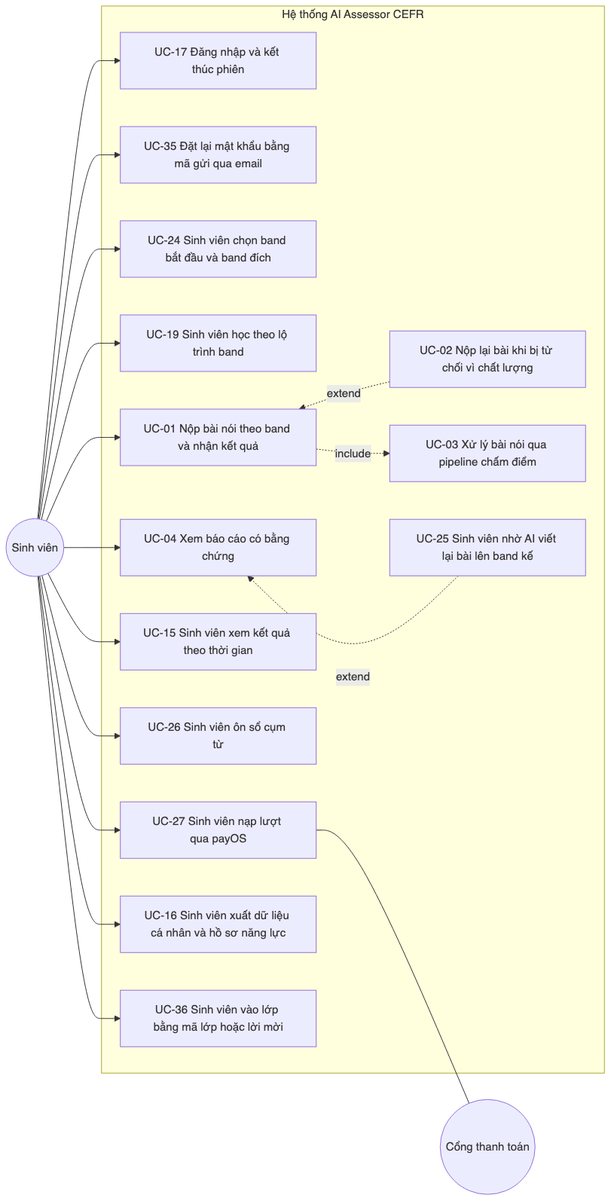
Above: docs/sdd/images/01a_usecase_sinhvien.png in ThanhSangLouis/ai-assessor-cefr (Mermaid), before the change. Its source is kept beside it as docs/sdd/diagrams/01a_usecase_sinhvien.mmd.
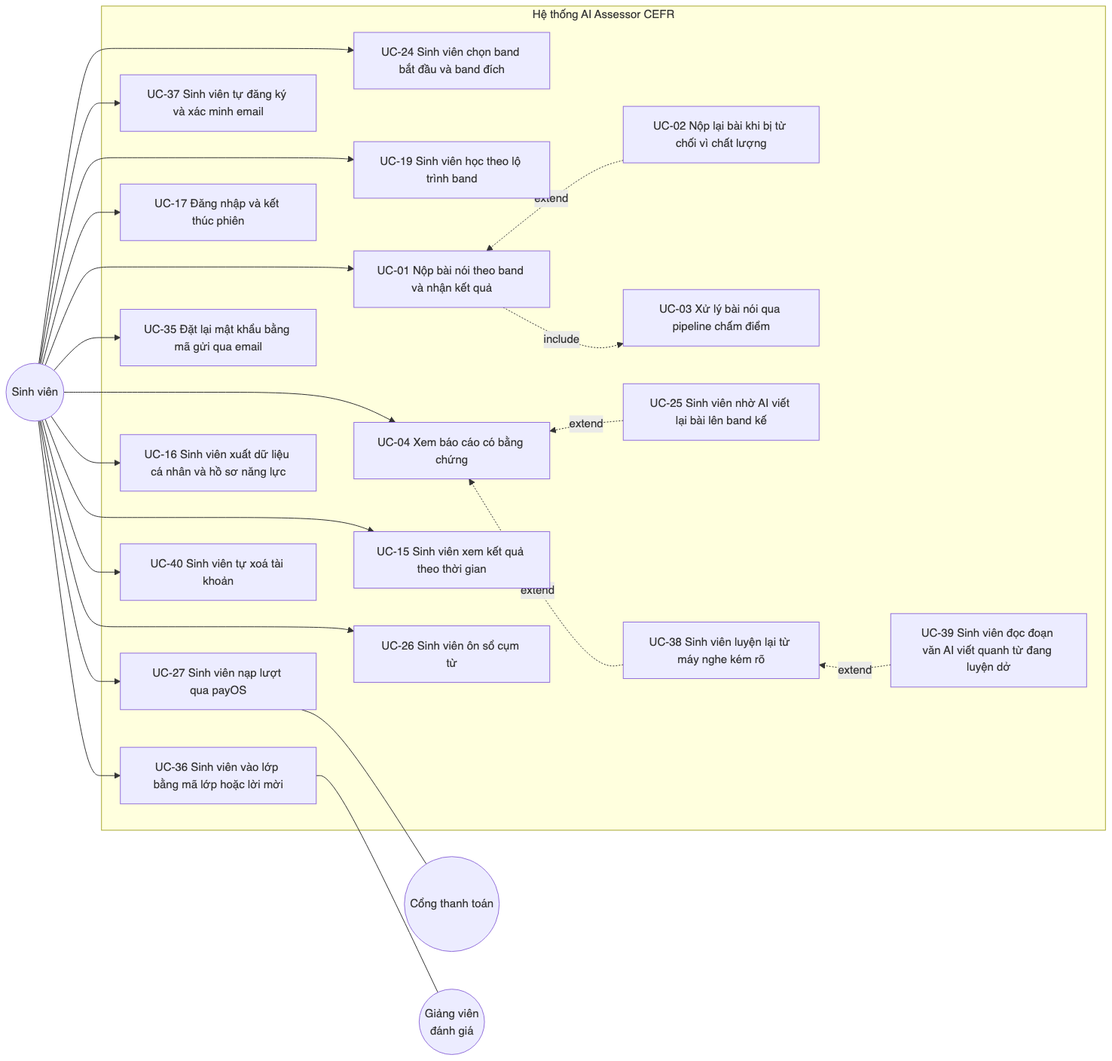
The same diagram one commit later.

Change to the diagram source:
```diff
@@ -1,27 +1,35 @@
 flowchart LR
     SV(("Sinh viên"))
     CTT(("Cổng thanh toán"))
+    GV(("Giảng viên<br/>đánh giá"))
 
     subgraph SYS["Hệ thống AI Assessor CEFR"]
         direction TB
+        UC37["UC-37 Sinh viên tự đăng ký và xác minh email"]
         UC17["UC-17 Đăng nhập và kết thúc phiên"]
         UC35["UC-35 Đặt lại mật khẩu bằng mã gửi qua email"]
+        UC16["UC-16 Sinh viên xuất dữ liệu cá nhân và hồ sơ năng lực"]
+        UC40["UC-40 Sinh viên tự xoá tài khoản"]
+        UC27["UC-27 Sinh viên nạp lượt qua payOS"]
+        UC36["UC-36 Sinh viên vào lớp bằng mã lớp hoặc lời mời"]
         UC24["UC-24 Sinh viên chọn band bắt đầu và band đích"]
         UC19["UC-19 Sinh viên học theo lộ trình band"]
         UC01["UC-01 Nộp bài nói theo band và nhận kết quả"]
+        UC04["UC-04 Xem báo cáo có bằng chứng"]
+        UC15["UC-15 Sinh viên xem kết quả theo thời gian"]
+        UC26["UC-26 Sinh viên ôn sổ cụm từ"]
         UC02["UC-02 Nộp lại bài khi bị từ chối vì chất lượng"]
         UC03["UC-03 Xử lý bài nói qua pipeline chấm điểm"]
-        UC04["UC-04 Xem báo cáo có bằng chứng"]
         UC25["UC-25 Sinh viên nhờ AI viết lại bài lên band kế"]
-        UC15["UC-15 Sinh viên xem kết quả theo thời gian"]
-        UC26["UC-26 Sinh viên ôn sổ cụm từ"]
-        UC27["UC-27 Sinh viên nạp lượt qua payOS"]
-        UC16["UC-16 Sinh viên xuất dữ liệu cá nhân và hồ sơ năng lực"]
-        UC36["UC-36 Sinh viên vào lớp bằng mã lớp hoặc lời mời"]
+        UC38["UC-38 Sinh viên luyện lại từ máy nghe kém rõ"]
+        UC39["UC-39 Sinh viên đọc đoạn văn AI viết quanh từ đang luyện dở"]
     end
 
+    SV --> UC37
     SV --> UC17
     SV --> UC35
+    SV --> UC16
+    SV --> UC40
     SV --> UC24
     SV --> UC19
     SV --> UC01
@@ -29,13 +37,24 @@
     SV --> UC15
     SV --> UC26
     SV --> UC27
-    SV --> UC16
     SV --> UC36
     UC27 --- CTT
+    UC36 --- GV
 
+    UC37 ~~~ UC24
+    UC17 ~~~ UC19
+    UC35 ~~~ UC01
+    UC16 ~~~ UC04
+    UC40 ~~~ UC15
+    UC27 ~~~ UC26
     UC01 ~~~ UC02
+    UC01 ~~~ UC03
     UC04 ~~~ UC25
+    UC04 ~~~ UC38
+    UC38 ~~~ UC39
 
     UC01 -. include .-> UC03
     UC02 -. extend .-> UC01
     UC25 -. extend .-> UC04
+    UC38 -. extend .-> UC04
+    UC39 -. extend .-> UC38
```
